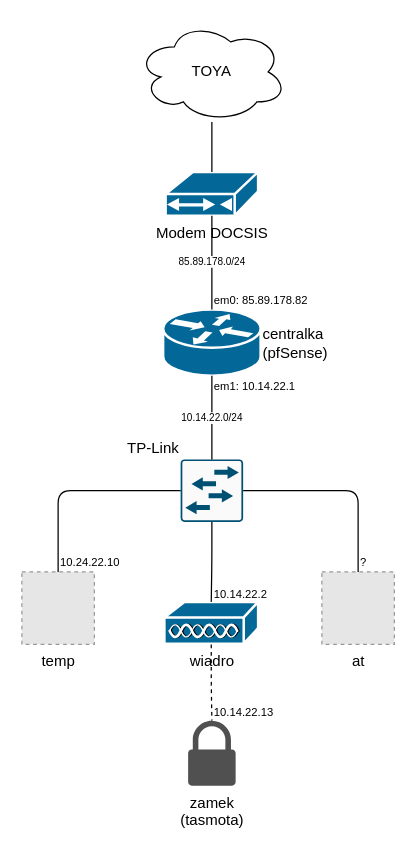
The draw.io diagram media-w-wiki/HS-schemat.drawio in hakierspejs/wiki, before the edit. Source tidied: cells renumbered, new cells numbered last; positions are measured from the earlier drawing's top-left corner, leaving out a move shared by most shapes. Both pictures are drawn from the tidied source at 125%, with x=0, y=0 at pixel (21, 21). Pictures stored in the file or linked from it are replaced by grey dashed boxes.
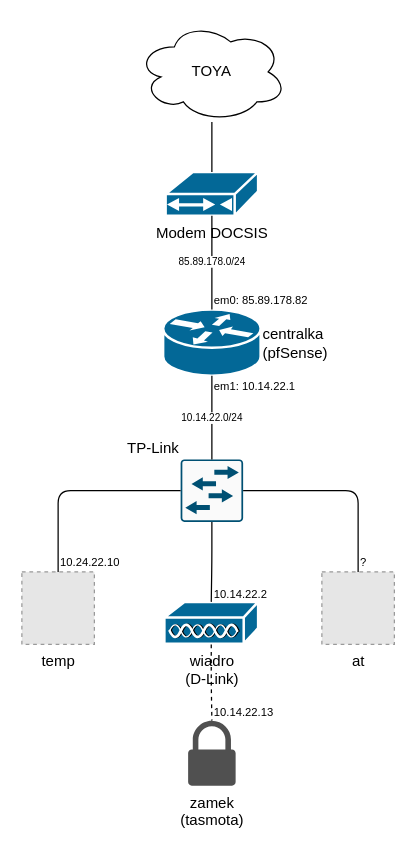
Above is the later version.

The edit, as a diff of the source:
```diff
@@
-    <mxCell id="5" value="wiadro" style="shape=mxgraph.cisco.misc.access_point;html=1;dashed=0;fillColor=#036897;strokeColor=#ffffff;strokeWidth=2;verticalLabelPosition=bottom;verticalAlign=top;align=center;outlineConnect=0;" parent="1" vertex="1">
+    <mxCell id="5" value="wiadro&lt;br&gt;(D-Link)" style="shape=mxgraph.cisco.misc.access_point;html=1;dashed=0;fillColor=#036897;strokeColor=#ffffff;strokeWidth=2;verticalLabelPosition=bottom;verticalAlign=top;align=center;outlineConnect=0;" parent="1" vertex="1">
       <mxGeometry x="114" y="464" width="75" height="34" as="geometry" />
     </mxCell>
```
